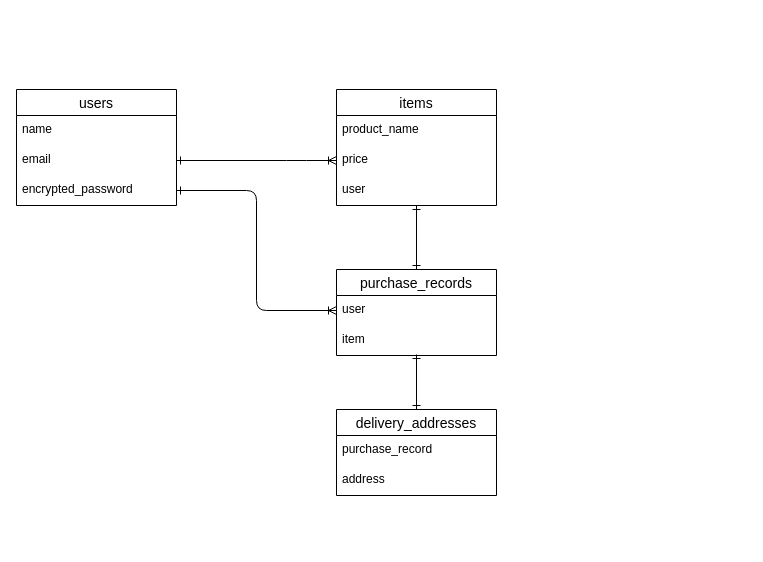
This is test.dio from okanumayuta/furima-36774, a draw.io file, before an edit. Source tidied: cells renumbered, new cells numbered last; positions are measured from the earlier drawing's top-left corner, leaving out a move shared by most shapes. Both pictures are drawn from the tidied source at 100%, with x=0, y=0 at pixel (16, 89).
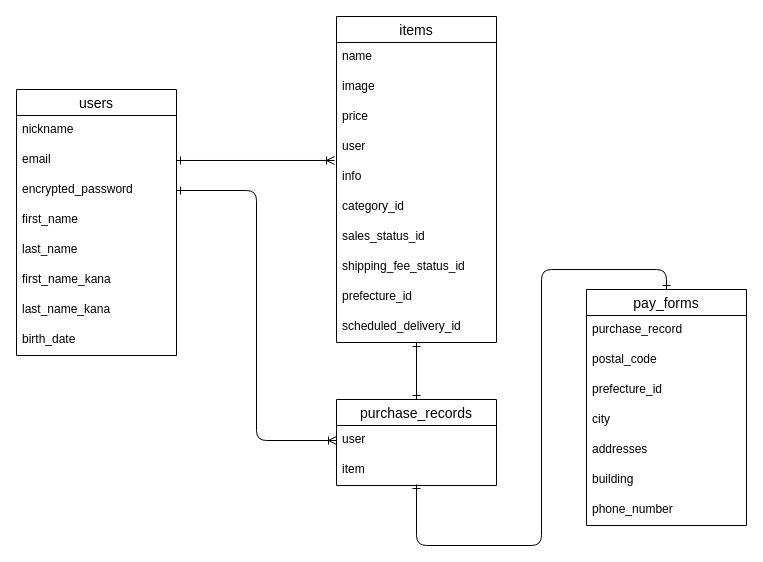
After the change.

The change refers to these unchanged cells:
```xml
<mxCell id="4" value="email" style="text;strokeColor=none;fillColor=none;spacingLeft=4;spacingRight=4;overflow=hidden;points=[[0,0.5],[1,0.5]];portConstraint=eastwest;fontSize=12;" parent="2" vertex="1">
  <mxGeometry y="56" width="160" height="30" as="geometry" />
</mxCell>
```

The edit, as a diff of the source:
```diff
@@
     <mxCell id="2" value="users" style="swimlane;fontStyle=0;horizontal=1;startSize=26;align=center;fontSize=14;rounded=0;sketch=0;" parent="1" vertex="1">
-      <mxGeometry width="160" height="116" as="geometry" />
+      <mxGeometry width="160" height="266" as="geometry" />
     </mxCell>
-    <mxCell id="3" value="name" style="text;strokeColor=none;fillColor=none;spacingLeft=4;spacingRight=4;overflow=hidden;fontSize=12;" parent="2" vertex="1">
+    <mxCell id="3" value="nickname" style="text;strokeColor=none;fillColor=none;spacingLeft=4;spacingRight=4;overflow=hidden;fontSize=12;" parent="2" vertex="1">
       <mxGeometry y="26" width="160" height="30" as="geometry" />
     </mxCell>
@@
+    <mxCell id="20" value="first_name  " style="text;strokeColor=none;fillColor=none;spacingLeft=4;spacingRight=4;overflow=hidden;fontSize=12;" parent="2" vertex="1">
+      <mxGeometry y="116" width="160" height="30" as="geometry" />
+    </mxCell>
+    <mxCell id="21" value="last_name  " style="text;strokeColor=none;fillColor=none;spacingLeft=4;spacingRight=4;overflow=hidden;fontSize=12;" parent="2" vertex="1">
+      <mxGeometry y="146" width="160" height="30" as="geometry" />
+    </mxCell>
+    <mxCell id="22" value="first_name_kana" style="text;strokeColor=none;fillColor=none;spacingLeft=4;spacingRight=4;overflow=hidden;fontSize=12;" parent="2" vertex="1">
+      <mxGeometry y="176" width="160" height="30" as="geometry" />
+    </mxCell>
+    <mxCell id="23" value="last_name_kana" style="text;strokeColor=none;fillColor=none;spacingLeft=4;spacingRight=4;overflow=hidden;fontSize=12;" parent="2" vertex="1">
+      <mxGeometry y="206" width="160" height="30" as="geometry" />
+    </mxCell>
+    <mxCell id="24" value="birth_date" style="text;strokeColor=none;fillColor=none;spacingLeft=4;spacingRight=4;overflow=hidden;fontSize=12;" parent="2" vertex="1">
+      <mxGeometry y="236" width="160" height="30" as="geometry" />
+    </mxCell>
+    <mxCell id="25" style="edgeStyle=orthogonalEdgeStyle;rounded=0;jettySize=auto;html=1;entryX=0.5;entryY=0;entryDx=0;entryDy=0;startArrow=ERone;startFill=0;endArrow=ERone;endFill=0;" parent="1" edge="1" source="6" target="12">
+      <mxGeometry relative="1" as="geometry" />
+    </mxCell>
     <mxCell id="6" value="items" style="swimlane;fontStyle=0;horizontal=1;startSize=26;align=center;fontSize=14;rounded=0;sketch=0;" parent="1" vertex="1">
-      <mxGeometry x="320" width="160" height="116" as="geometry" />
+      <mxGeometry x="320" y="-73" width="160" height="326" as="geometry" />
     </mxCell>
-    <mxCell id="7" value="product_name" style="text;strokeColor=none;fillColor=none;spacingLeft=4;spacingRight=4;overflow=hidden;fontSize=12;" parent="6" vertex="1">
+    <mxCell id="7" value="name" style="text;strokeColor=none;fillColor=none;spacingLeft=4;spacingRight=4;overflow=hidden;fontSize=12;" parent="6" vertex="1">
       <mxGeometry y="26" width="160" height="30" as="geometry" />
     </mxCell>
-    <mxCell id="8" value="price" style="text;strokeColor=none;fillColor=none;spacingLeft=4;spacingRight=4;overflow=hidden;points=[[0,0.5],[1,0.5]];portConstraint=eastwest;fontSize=12;" parent="6" vertex="1">
+    <mxCell id="8" value="image" style="text;strokeColor=none;fillColor=none;spacingLeft=4;spacingRight=4;overflow=hidden;points=[[0,0.5],[1,0.5]];portConstraint=eastwest;fontSize=12;" parent="6" vertex="1">
       <mxGeometry y="56" width="160" height="30" as="geometry" />
     </mxCell>
-    <mxCell id="9" value="user" style="text;strokeColor=none;fillColor=none;spacingLeft=4;spacingRight=4;overflow=hidden;points=[[0,0.5],[1,0.5]];portConstraint=eastwest;fontSize=12;" parent="6" vertex="1">
+    <mxCell id="9" value="price" style="text;strokeColor=none;fillColor=none;spacingLeft=4;spacingRight=4;overflow=hidden;points=[[0,0.5],[1,0.5]];portConstraint=eastwest;fontSize=12;" parent="6" vertex="1">
       <mxGeometry y="86" width="160" height="30" as="geometry" />
     </mxCell>
+    <mxCell id="26" value="user" style="text;strokeColor=none;fillColor=none;spacingLeft=4;spacingRight=4;overflow=hidden;points=[[0,0.5],[1,0.5]];portConstraint=eastwest;fontSize=12;" parent="6" vertex="1">
+      <mxGeometry y="116" width="160" height="30" as="geometry" />
+    </mxCell>
+    <mxCell id="27" value="info" style="text;strokeColor=none;fillColor=none;spacingLeft=4;spacingRight=4;overflow=hidden;fontSize=12;" parent="6" vertex="1">
+      <mxGeometry y="146" width="160" height="30" as="geometry" />
+    </mxCell>
+    <mxCell id="28" value="category_id" style="text;strokeColor=none;fillColor=none;spacingLeft=4;spacingRight=4;overflow=hidden;fontSize=12;" parent="6" vertex="1">
+      <mxGeometry y="176" width="160" height="30" as="geometry" />
+    </mxCell>
+    <mxCell id="29" value="sales_status_id" style="text;strokeColor=none;fillColor=none;spacingLeft=4;spacingRight=4;overflow=hidden;fontSize=12;" parent="6" vertex="1">
+      <mxGeometry y="206" width="160" height="30" as="geometry" />
+    </mxCell>
+    <mxCell id="30" value="shipping_fee_status_id" style="text;strokeColor=none;fillColor=none;spacingLeft=4;spacingRight=4;overflow=hidden;fontSize=12;" parent="6" vertex="1">
+      <mxGeometry y="236" width="160" height="30" as="geometry" />
+    </mxCell>
+    <mxCell id="31" value="prefecture_id" style="text;strokeColor=none;fillColor=none;spacingLeft=4;spacingRight=4;overflow=hidden;fontSize=12;" parent="6" vertex="1">
+      <mxGeometry y="266" width="160" height="30" as="geometry" />
+    </mxCell>
+    <mxCell id="32" value="scheduled_delivery_id" style="text;strokeColor=none;fillColor=none;spacingLeft=4;spacingRight=4;overflow=hidden;fontSize=12;" parent="6" vertex="1">
+      <mxGeometry y="296" width="160" height="30" as="geometry" />
+    </mxCell>
-    <mxCell id="10" style="edgeStyle=orthogonalEdgeStyle;curved=0;rounded=1;sketch=0;jettySize=auto;html=1;exitX=1;exitY=0.5;exitDx=0;exitDy=0;entryX=0;entryY=0.5;entryDx=0;entryDy=0;endArrow=ERoneToMany;endFill=0;strokeWidth=1;startArrow=ERone;startFill=0;" parent="1" edge="1" source="4" target="8">
-      <mxGeometry relative="1" as="geometry">
-        <Array as="points">
-          <mxPoint x="280" y="71" />
-          <mxPoint x="280" y="71" />
-        </Array>
-      </mxGeometry>
+    <mxCell id="10" style="edgeStyle=orthogonalEdgeStyle;curved=0;rounded=1;sketch=0;jettySize=auto;html=1;endArrow=ERoneToMany;endFill=0;strokeWidth=1;startArrow=ERone;startFill=0;entryX=-0.012;entryY=0.933;entryDx=0;entryDy=0;entryPerimeter=0;" parent="1" edge="1" source="4" target="26">
+      <mxGeometry relative="1" as="geometry" />
     </mxCell>
-    <mxCell id="11" style="edgeStyle=orthogonalEdgeStyle;curved=0;rounded=1;sketch=0;jettySize=auto;html=1;exitX=0.5;exitY=0;exitDx=0;exitDy=0;entryX=0.5;entryY=1;entryDx=0;entryDy=0;entryPerimeter=0;endArrow=ERone;endFill=0;strokeWidth=1;startArrow=ERone;startFill=0;" parent="1" edge="1" source="12" target="9">
-      <mxGeometry relative="1" as="geometry" />
-    </mxCell>
     <mxCell id="12" value="purchase_records" style="swimlane;fontStyle=0;horizontal=1;startSize=26;align=center;fontSize=14;rounded=0;sketch=0;" parent="1" vertex="1">
-      <mxGeometry x="320" y="180" width="160" height="86" as="geometry" />
+      <mxGeometry x="320" y="310" width="160" height="86" as="geometry" />
     </mxCell>
@@
-    <mxCell id="17" value="delivery_addresses" style="swimlane;fontStyle=0;horizontal=1;startSize=26;align=center;fontSize=14;rounded=0;sketch=0;" parent="1" vertex="1">
-      <mxGeometry x="320" y="320" width="160" height="86" as="geometry" />
+    <mxCell id="17" value="pay_forms" style="swimlane;fontStyle=0;horizontal=1;startSize=26;align=center;fontSize=14;rounded=0;sketch=0;" parent="1" vertex="1">
+      <mxGeometry x="570" y="200" width="160" height="236" as="geometry" />
     </mxCell>
@@
-    <mxCell id="19" value="address " style="text;strokeColor=none;fillColor=none;spacingLeft=4;spacingRight=4;overflow=hidden;fontSize=12;" parent="17" vertex="1">
+    <mxCell id="19" value="postal_code" style="text;strokeColor=none;fillColor=none;spacingLeft=4;spacingRight=4;overflow=hidden;fontSize=12;" parent="17" vertex="1">
       <mxGeometry y="56" width="160" height="30" as="geometry" />
     </mxCell>
+    <mxCell id="33" value="prefecture_id" style="text;strokeColor=none;fillColor=none;spacingLeft=4;spacingRight=4;overflow=hidden;fontSize=12;" parent="17" vertex="1">
+      <mxGeometry y="86" width="160" height="30" as="geometry" />
+    </mxCell>
+    <mxCell id="34" value="city" style="text;strokeColor=none;fillColor=none;spacingLeft=4;spacingRight=4;overflow=hidden;fontSize=12;" parent="17" vertex="1">
+      <mxGeometry y="116" width="160" height="30" as="geometry" />
+    </mxCell>
+    <mxCell id="35" value="addresses" style="text;strokeColor=none;fillColor=none;spacingLeft=4;spacingRight=4;overflow=hidden;fontSize=12;" parent="17" vertex="1">
+      <mxGeometry y="146" width="160" height="30" as="geometry" />
+    </mxCell>
+    <mxCell id="36" value="building" style="text;strokeColor=none;fillColor=none;spacingLeft=4;spacingRight=4;overflow=hidden;fontSize=12;" parent="17" vertex="1">
+      <mxGeometry y="176" width="160" height="30" as="geometry" />
+    </mxCell>
+    <mxCell id="37" value="phone_number" style="text;strokeColor=none;fillColor=none;spacingLeft=4;spacingRight=4;overflow=hidden;fontSize=12;" parent="17" vertex="1">
+      <mxGeometry y="206" width="160" height="30" as="geometry" />
+    </mxCell>
```
